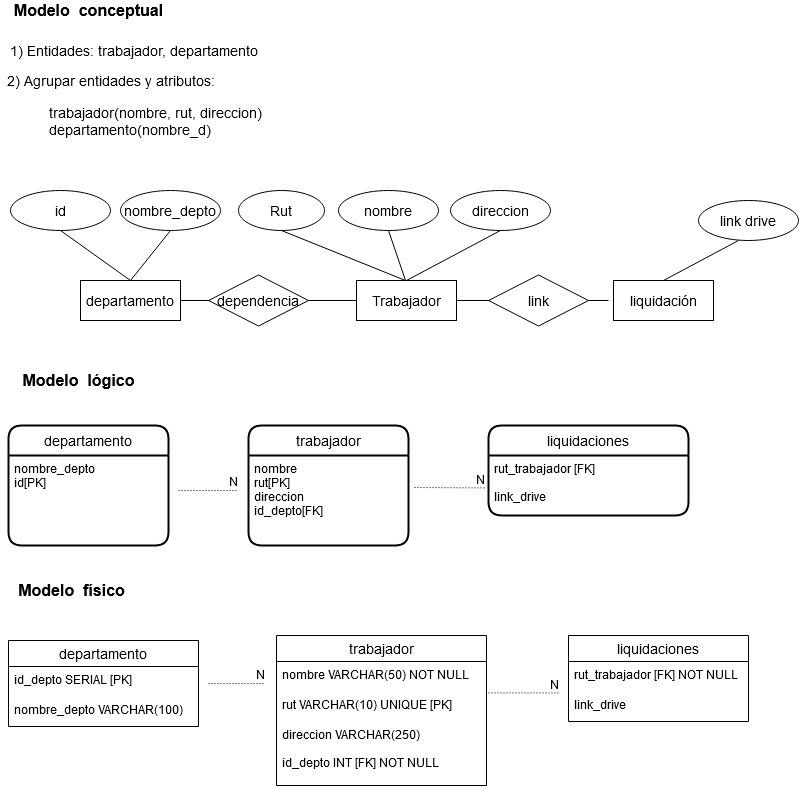
The draw.io diagram modelamiento.png in gilibethvega/modelamiento_de_datos, before a commit. Source tidied: cells renumbered, new cells last; positions are measured from the earlier drawing's top-left corner, leaving out a move shared by most shapes.
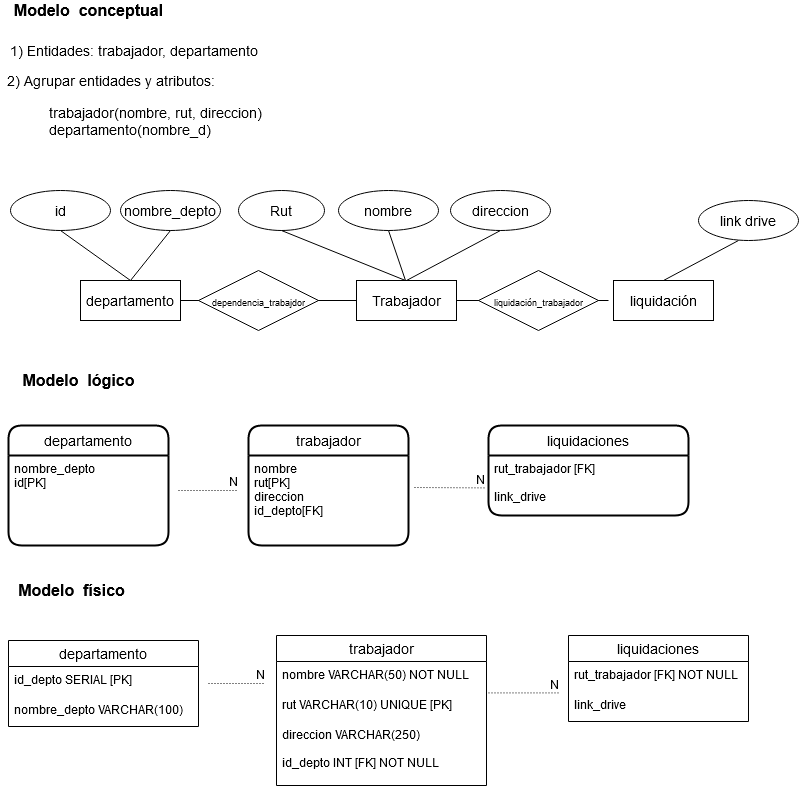
Above is the later version.

The edit, as a diff of the source:
```diff
@@ -44,8 +44,8 @@
     <mxCell id="15" value="departamento" style="whiteSpace=wrap;html=1;align=center;fontSize=14;" parent="1" vertex="1">
       <mxGeometry x="80" y="280" width="100" height="40" as="geometry" />
     </mxCell>
-    <mxCell id="16" value="dependencia" style="shape=rhombus;perimeter=rhombusPerimeter;whiteSpace=wrap;html=1;align=center;fontSize=14;" parent="1" vertex="1">
-      <mxGeometry x="208" y="274.5" width="100" height="51" as="geometry" />
+    <mxCell id="16" value="&lt;font style=&quot;font-size: 9px&quot;&gt;dependencia_trabajdor&lt;/font&gt;" style="shape=rhombus;perimeter=rhombusPerimeter;whiteSpace=wrap;html=1;align=center;fontSize=14;" parent="1" vertex="1">
+      <mxGeometry x="198" y="270" width="120" height="60" as="geometry" />
     </mxCell>
     <mxCell id="17" value="Rut" style="ellipse;whiteSpace=wrap;html=1;align=center;fontSize=14;" parent="1" vertex="1">
       <mxGeometry x="238" y="190" width="86" height="40" as="geometry" />
@@ -148,8 +148,8 @@
     <mxCell id="45" style="endArrow=none;html=1;fontSize=14;entryX=0.4;entryY=1;entryDx=0;entryDy=0;exitX=0.5;exitY=0;exitDx=0;exitDy=0;entryPerimeter=0;" parent="1" edge="1" source="42" target="43">
       <mxGeometry relative="1" as="geometry" />
     </mxCell>
-    <mxCell id="46" value="link" style="shape=rhombus;perimeter=rhombusPerimeter;whiteSpace=wrap;html=1;align=center;fontSize=14;" parent="1" vertex="1">
-      <mxGeometry x="488" y="274.5" width="100" height="51" as="geometry" />
+    <mxCell id="46" value="&lt;font style=&quot;font-size: 9px&quot;&gt;liquidación_trabajador&lt;/font&gt;" style="shape=rhombus;perimeter=rhombusPerimeter;whiteSpace=wrap;html=1;align=center;fontSize=14;" parent="1" vertex="1">
+      <mxGeometry x="478" y="270" width="120" height="60" as="geometry" />
     </mxCell>
     <mxCell id="47" style="endArrow=none;html=1;rounded=0;dashed=1;dashPattern=1 2;fontSize=14;" parent="1" edge="1">
       <mxGeometry relative="1" as="geometry">
```
